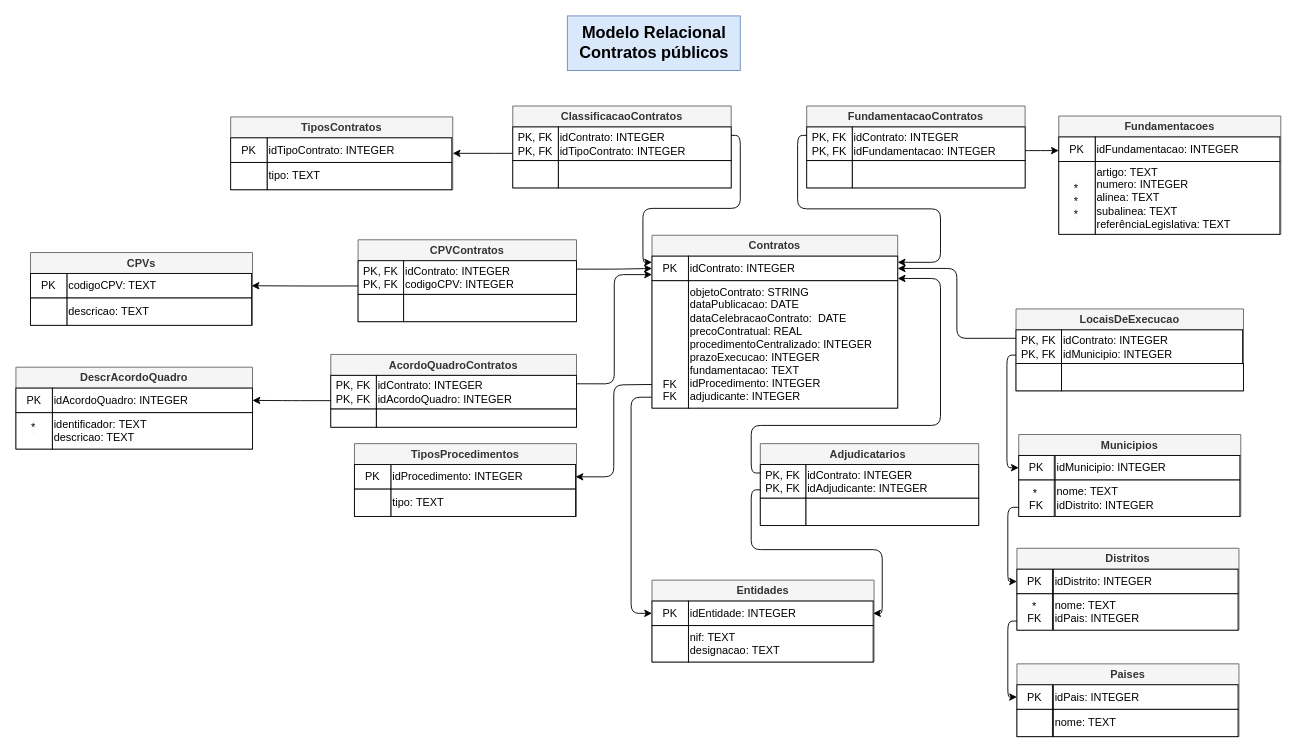
Earlier version of the draw.io diagram modelagem/modelo-relacional.drawio (bzabot/public-contracts-db). Source tidied: cells renumbered, new cells numbered last; positions are measured from the earlier drawing's top-left corner, leaving out a move shared by most shapes. Both pictures are drawn from the tidied source at 91%, with x=0, y=0 at pixel (15, 15).
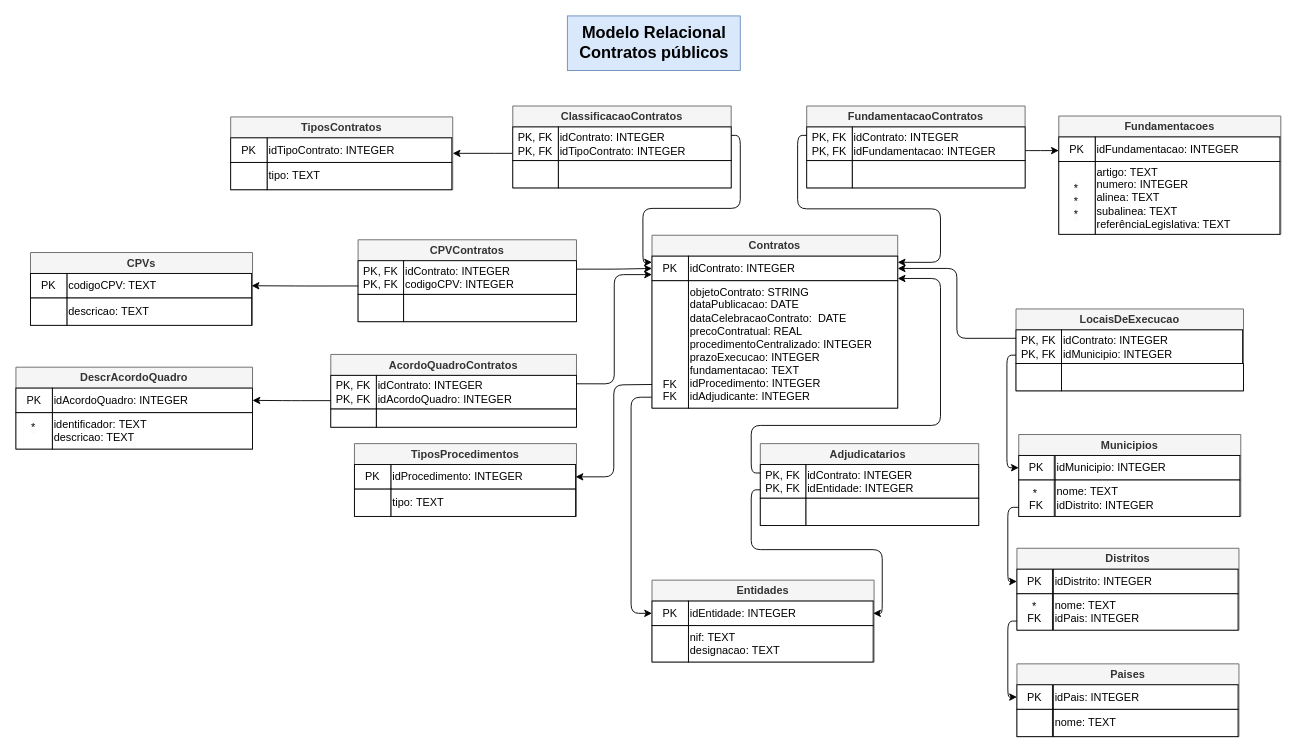
Above is the later version.

Commit message:
correcao modelo

Unchanged cells that the change refers to:
```xml
<mxCell id="3" value="Contratos" style="swimlane;whiteSpace=wrap;html=1;fillColor=#f5f5f5;fontColor=#333333;strokeColor=#666666;" parent="1" vertex="1">
  <mxGeometry x="699" y="241" width="270" height="190" as="geometry" />
</mxCell>
<mxCell id="57" value="Adjudicatarios&amp;nbsp;" style="swimlane;whiteSpace=wrap;html=1;fillColor=#f5f5f5;fontColor=#333333;strokeColor=#666666;" parent="1" vertex="1">
  <mxGeometry x="818" y="470" width="240" height="90" as="geometry" />
</mxCell>
```

The edit, as a diff of the source:
```diff
@@
-    <mxCell id="6" value="&lt;div style=&quot;text-align: justify;&quot;&gt;&lt;span style=&quot;background-color: initial;&quot;&gt;objetoContrato: STRING&lt;/span&gt;&lt;/div&gt;&lt;div style=&quot;text-align: justify;&quot;&gt;dataPublicacao: DATE&lt;/div&gt;&lt;div style=&quot;text-align: justify;&quot;&gt;dataCelebracaoContrato:&amp;nbsp;&amp;nbsp;&lt;span style=&quot;background-color: initial;&quot;&gt;DATE&lt;/span&gt;&lt;/div&gt;&lt;div style=&quot;text-align: justify;&quot;&gt;precoContratual: REAL&lt;/div&gt;&lt;div style=&quot;text-align: justify;&quot;&gt;procedimentoCentralizado: INTEGER&lt;/div&gt;&lt;div style=&quot;text-align: justify;&quot;&gt;&lt;span style=&quot;text-align: left;&quot;&gt;prazoExecucao:&amp;nbsp;&lt;/span&gt;&lt;span style=&quot;background-color: initial; text-align: left;&quot;&gt;INTEGER&lt;/span&gt;&lt;/div&gt;&lt;div style=&quot;text-align: justify;&quot;&gt;&lt;span style=&quot;text-align: left;&quot;&gt;fundamentacao&lt;/span&gt;&lt;span style=&quot;background-color: initial;&quot;&gt;:&amp;nbsp;&lt;/span&gt;&lt;span style=&quot;background-color: initial; text-align: left;&quot;&gt;TEXT&lt;/span&gt;&lt;/div&gt;&lt;div style=&quot;text-align: justify;&quot;&gt;&lt;span style=&quot;text-align: left;&quot;&gt;idProcedimento&lt;/span&gt;&lt;span style=&quot;border-color: var(--border-color); background-color: initial;&quot;&gt;:&amp;nbsp;&lt;/span&gt;&lt;span style=&quot;border-color: var(--border-color); text-align: left; background-color: initial;&quot;&gt;INTEGER&lt;/span&gt;&lt;span style=&quot;background-color: initial; text-align: left;&quot;&gt;&lt;br&gt;&lt;/span&gt;&lt;/div&gt;&lt;div style=&quot;text-align: left;&quot;&gt;adjudicante:&amp;nbsp;&lt;span style=&quot;background-color: initial;&quot;&gt;INTEGER&lt;/span&gt;&lt;/div&gt;" style="whiteSpace=wrap;html=1;align=left;" parent="3" vertex="1">
+    <mxCell id="6" value="&lt;div style=&quot;text-align: justify;&quot;&gt;&lt;span style=&quot;background-color: initial;&quot;&gt;objetoContrato: STRING&lt;/span&gt;&lt;/div&gt;&lt;div style=&quot;text-align: justify;&quot;&gt;dataPublicacao: DATE&lt;/div&gt;&lt;div style=&quot;text-align: justify;&quot;&gt;dataCelebracaoContrato:&amp;nbsp;&amp;nbsp;&lt;span style=&quot;background-color: initial;&quot;&gt;DATE&lt;/span&gt;&lt;/div&gt;&lt;div style=&quot;text-align: justify;&quot;&gt;precoContratual: REAL&lt;/div&gt;&lt;div style=&quot;text-align: justify;&quot;&gt;procedimentoCentralizado: INTEGER&lt;/div&gt;&lt;div style=&quot;text-align: justify;&quot;&gt;&lt;span style=&quot;text-align: left;&quot;&gt;prazoExecucao:&amp;nbsp;&lt;/span&gt;&lt;span style=&quot;background-color: initial; text-align: left;&quot;&gt;INTEGER&lt;/span&gt;&lt;/div&gt;&lt;div style=&quot;text-align: justify;&quot;&gt;&lt;span style=&quot;text-align: left;&quot;&gt;fundamentacao&lt;/span&gt;&lt;span style=&quot;background-color: initial;&quot;&gt;:&amp;nbsp;&lt;/span&gt;&lt;span style=&quot;background-color: initial; text-align: left;&quot;&gt;TEXT&lt;/span&gt;&lt;/div&gt;&lt;div style=&quot;text-align: justify;&quot;&gt;&lt;span style=&quot;text-align: left;&quot;&gt;idProcedimento&lt;/span&gt;&lt;span style=&quot;border-color: var(--border-color); background-color: initial;&quot;&gt;:&amp;nbsp;&lt;/span&gt;&lt;span style=&quot;border-color: var(--border-color); text-align: left; background-color: initial;&quot;&gt;INTEGER&lt;/span&gt;&lt;span style=&quot;background-color: initial; text-align: left;&quot;&gt;&lt;br&gt;&lt;/span&gt;&lt;/div&gt;&lt;div style=&quot;text-align: left;&quot;&gt;idAdjudicante:&amp;nbsp;&lt;span style=&quot;background-color: initial;&quot;&gt;INTEGER&lt;/span&gt;&lt;/div&gt;" style="whiteSpace=wrap;html=1;align=left;" parent="3" vertex="1">
       <mxGeometry x="40" y="50" width="230" height="140" as="geometry" />
     </mxCell>
@@
-    <mxCell id="58" value="idContrato: INTEGER&lt;div&gt;idAdjudicante: INTEGER&lt;/div&gt;" style="whiteSpace=wrap;html=1;align=left;" parent="57" vertex="1">
+    <mxCell id="58" value="idContrato: INTEGER&lt;div&gt;idEntidade: INTEGER&lt;/div&gt;" style="whiteSpace=wrap;html=1;align=left;" parent="57" vertex="1">
       <mxGeometry x="50" y="23" width="190" height="37" as="geometry" />
     </mxCell>
```
